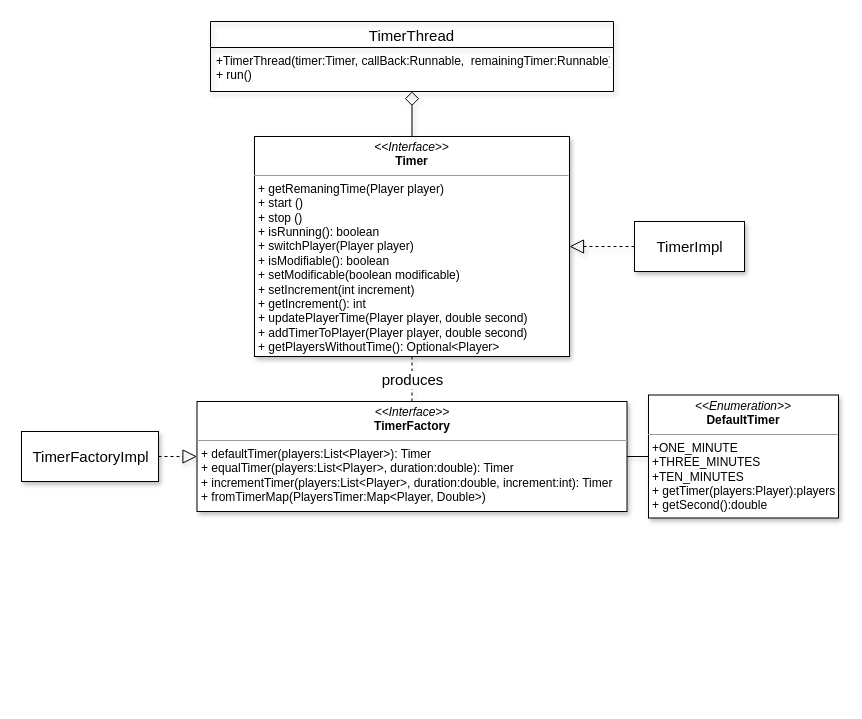
zucchero-sintattico/OOP20-Jhaturanga keeps this draw.io diagram as page "Timer" (2 of 6) of report/UML TP.drawio. Above is the earlier version. Source tidied: cells renumbered, new cells numbered last; positions are measured from the earlier drawing's top-left corner, leaving out a move shared by most shapes. Both pictures are drawn from the tidied source at 100%, with x=0, y=0 at pixel (21, 21).
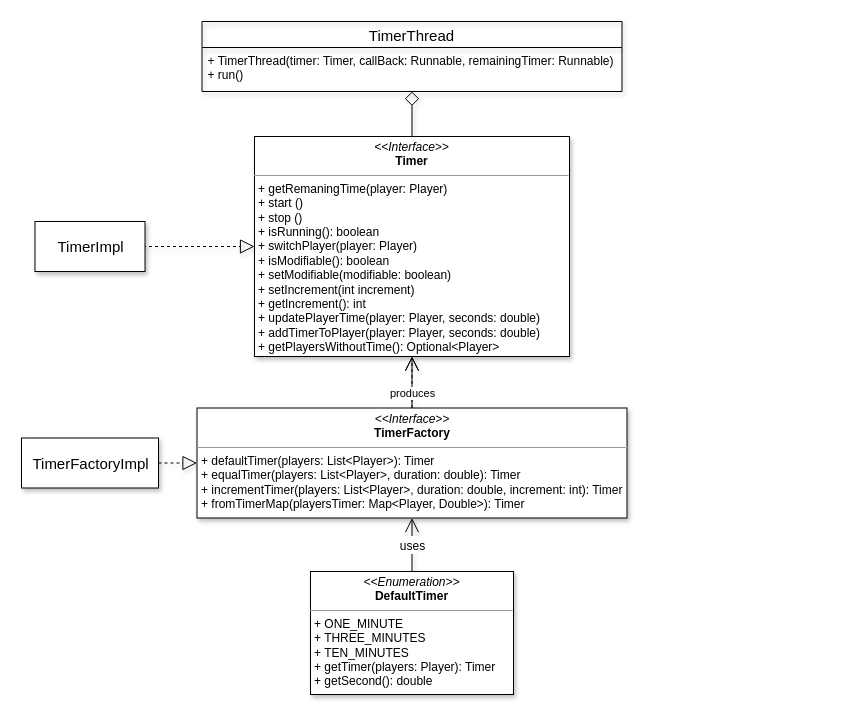
After the change.

What changed in the source:
```diff
@@
 <mxGraphModel>
   <root>
     <mxCell id="0" />
     <mxCell id="1" parent="0" />
-    <mxCell id="2" style="edgeStyle=none;rounded=0;jettySize=auto;html=1;exitX=0;exitY=0.5;exitDx=0;exitDy=0;fontSize=15;dashed=1;endArrow=block;endFill=0;entryX=1;entryY=0.5;entryDx=0;entryDy=0;endSize=12;shadow=1;" parent="1" edge="1" source="6" target="5">
+    <mxCell id="2" style="edgeStyle=none;rounded=0;jettySize=auto;html=1;exitX=0;exitY=0.5;exitDx=0;exitDy=0;fontSize=15;dashed=1;endArrow=block;endFill=0;entryX=0;entryY=0.5;entryDx=0;entryDy=0;endSize=12;shadow=1;" parent="1" edge="1" source="6" target="5">
       <mxGeometry relative="1" as="geometry" />
     </mxCell>
     <mxCell id="3" style="edgeStyle=none;rounded=0;jettySize=auto;html=1;fontSize=15;endArrow=diamond;endFill=0;endSize=12;startSize=6;shadow=1;" parent="1" edge="1" source="5" target="11">
       <mxGeometry relative="1" as="geometry" />
     </mxCell>
-    <mxCell id="4" value="produces" style="edgeStyle=none;rounded=0;jettySize=auto;html=1;exitX=0.5;exitY=1;exitDx=0;exitDy=0;fontSize=15;endArrow=none;endFill=0;dashed=1;shadow=1;" parent="1" edge="1" source="5" target="8">
-      <mxGeometry relative="1" as="geometry" />
+    <mxCell id="4" style="edgeStyle=none;rounded=0;jettySize=auto;html=1;fontSize=15;endArrow=open;endFill=0;dashed=1;shadow=1;endSize=12;entryX=0.5;entryY=1;entryDx=0;entryDy=0;" parent="1" edge="1" source="8" target="5">
+      <mxGeometry x="0.03" y="-19" relative="1" as="geometry">
+        <mxPoint x="1" as="offset" />
+      </mxGeometry>
     </mxCell>
-    <mxCell id="5" value="&lt;p style=&quot;margin: 0px ; margin-top: 4px ; text-align: center&quot;&gt;&lt;i&gt;&amp;lt;&amp;lt;Interface&amp;gt;&amp;gt;&lt;/i&gt;&lt;br&gt;&lt;b&gt;Timer&lt;/b&gt;&lt;/p&gt;&lt;hr size=&quot;1&quot;&gt;&lt;p style=&quot;margin: 0px ; margin-left: 4px&quot;&gt;&lt;/p&gt;&lt;p style=&quot;margin: 0px ; margin-left: 4px&quot;&gt;+ getRemaningTime(Player player)&lt;/p&gt;&lt;p style=&quot;margin: 0px ; margin-left: 4px&quot;&gt;+ start ()&lt;/p&gt;&lt;p style=&quot;margin: 0px ; margin-left: 4px&quot;&gt;+ stop ()&lt;/p&gt;&lt;p style=&quot;margin: 0px ; margin-left: 4px&quot;&gt;+ isRunning(): boolean&lt;/p&gt;&lt;p style=&quot;margin: 0px ; margin-left: 4px&quot;&gt;+ switchPlayer(Player player)&lt;/p&gt;&lt;p style=&quot;margin: 0px ; margin-left: 4px&quot;&gt;+ isModifiable(): boolean&lt;/p&gt;&lt;p style=&quot;margin: 0px ; margin-left: 4px&quot;&gt;+ setModificable(boolean modificable)&lt;/p&gt;&lt;p style=&quot;margin: 0px ; margin-left: 4px&quot;&gt;+ setIncrement(int increment)&lt;/p&gt;&lt;p style=&quot;margin: 0px ; margin-left: 4px&quot;&gt;+ getIncrement(): int&lt;/p&gt;&lt;p style=&quot;margin: 0px ; margin-left: 4px&quot;&gt;+ updatePlayerTime(Player player, double second)&lt;/p&gt;&lt;p style=&quot;margin: 0px ; margin-left: 4px&quot;&gt;+ addTimerToPlayer(Player player, double second)&lt;/p&gt;&lt;p style=&quot;margin: 0px ; margin-left: 4px&quot;&gt;+ getPlayersWithoutTime(): Optional&amp;lt;Player&amp;gt;&lt;/p&gt;" style="verticalAlign=top;align=left;overflow=fill;fontSize=12;fontFamily=Helvetica;html=1;shadow=1;" parent="1" vertex="1">
+    <mxCell id="5" value="&lt;p style=&quot;margin: 0px ; margin-top: 4px ; text-align: center&quot;&gt;&lt;i&gt;&amp;lt;&amp;lt;Interface&amp;gt;&amp;gt;&lt;/i&gt;&lt;br&gt;&lt;b&gt;Timer&lt;/b&gt;&lt;/p&gt;&lt;hr size=&quot;1&quot;&gt;&lt;p style=&quot;margin: 0px ; margin-left: 4px&quot;&gt;&lt;/p&gt;&lt;p style=&quot;margin: 0px ; margin-left: 4px&quot;&gt;+ getRemaningTime(player: Player)&lt;/p&gt;&lt;p style=&quot;margin: 0px ; margin-left: 4px&quot;&gt;+ start ()&lt;/p&gt;&lt;p style=&quot;margin: 0px ; margin-left: 4px&quot;&gt;+ stop ()&lt;/p&gt;&lt;p style=&quot;margin: 0px ; margin-left: 4px&quot;&gt;+ isRunning(): boolean&lt;/p&gt;&lt;p style=&quot;margin: 0px ; margin-left: 4px&quot;&gt;+ switchPlayer(player: Player)&lt;/p&gt;&lt;p style=&quot;margin: 0px ; margin-left: 4px&quot;&gt;+ isModifiable(): boolean&lt;/p&gt;&lt;p style=&quot;margin: 0px ; margin-left: 4px&quot;&gt;+ setModifiable(modifiable: boolean)&lt;/p&gt;&lt;p style=&quot;margin: 0px ; margin-left: 4px&quot;&gt;+ setIncrement(int increment)&lt;/p&gt;&lt;p style=&quot;margin: 0px ; margin-left: 4px&quot;&gt;+ getIncrement(): int&lt;/p&gt;&lt;p style=&quot;margin: 0px ; margin-left: 4px&quot;&gt;+ updatePlayerTime(player: Player, seconds: double)&lt;/p&gt;&lt;p style=&quot;margin: 0px ; margin-left: 4px&quot;&gt;+ addTimerToPlayer(player: Player, seconds: double)&lt;/p&gt;&lt;p style=&quot;margin: 0px ; margin-left: 4px&quot;&gt;+ getPlayersWithoutTime(): Optional&amp;lt;Player&amp;gt;&lt;/p&gt;" style="verticalAlign=top;align=left;overflow=fill;fontSize=12;fontFamily=Helvetica;html=1;shadow=1;" parent="1" vertex="1">
       <mxGeometry x="233" y="115" width="315" height="220" as="geometry" />
     </mxCell>
     <mxCell id="6" value="TimerImpl" style="html=1;fontSize=15;shadow=1;" parent="1" vertex="1">
-      <mxGeometry x="613" y="200" width="110" height="50" as="geometry" />
+      <mxGeometry x="13.5" y="200" width="110" height="50" as="geometry" />
     </mxCell>
     <mxCell id="7" style="edgeStyle=none;rounded=0;jettySize=auto;html=1;fontSize=15;dashed=1;endArrow=block;endFill=0;endSize=12;entryX=0;entryY=0.5;entryDx=0;entryDy=0;shadow=1;" parent="1" edge="1" source="10" target="8">
       <mxGeometry relative="1" as="geometry" />
     </mxCell>
+    <mxCell id="16" value="produces" style="edgeStyle=orthogonalEdgeStyle;rounded=0;jettySize=auto;html=1;endArrow=open;endFill=0;endSize=12;" parent="1" edge="1" source="8" target="5">
+      <mxGeometry x="-0.36" relative="1" as="geometry">
+        <mxPoint y="1" as="offset" />
+      </mxGeometry>
+    </mxCell>
-    <mxCell id="8" value="&lt;p style=&quot;margin: 0px ; margin-top: 4px ; text-align: center&quot;&gt;&lt;i&gt;&amp;lt;&amp;lt;Interface&amp;gt;&amp;gt;&lt;/i&gt;&lt;br&gt;&lt;b&gt;TimerFactory&lt;/b&gt;&lt;/p&gt;&lt;hr size=&quot;1&quot;&gt;&lt;p style=&quot;margin: 0px ; margin-left: 4px&quot;&gt;+ defaultTimer(players:List&amp;lt;Player&amp;gt;): Timer&lt;/p&gt;&lt;p style=&quot;margin: 0px ; margin-left: 4px&quot;&gt;+ equalTimer(players:List&amp;lt;Player&amp;gt;, duration:double): Timer&lt;/p&gt;&lt;p style=&quot;margin: 0px ; margin-left: 4px&quot;&gt;+ incrementTimer(players:List&amp;lt;Player&amp;gt;, duration:double, increment:int): Timer&lt;/p&gt;&lt;p style=&quot;margin: 0px ; margin-left: 4px&quot;&gt;+ fromTimerMap(PlayersTimer:Map&amp;lt;Player, Double&amp;gt;)&lt;/p&gt;&lt;p style=&quot;margin: 0px ; margin-left: 4px&quot;&gt;&lt;br&gt;&lt;/p&gt;" style="verticalAlign=top;align=left;overflow=fill;fontSize=12;fontFamily=Helvetica;html=1;shadow=1;" parent="1" vertex="1">
-      <mxGeometry x="175.5" y="380" width="430" height="110" as="geometry" />
+    <mxCell id="8" value="&lt;p style=&quot;margin: 0px ; margin-top: 4px ; text-align: center&quot;&gt;&lt;i&gt;&amp;lt;&amp;lt;Interface&amp;gt;&amp;gt;&lt;/i&gt;&lt;br&gt;&lt;b&gt;TimerFactory&lt;/b&gt;&lt;/p&gt;&lt;hr size=&quot;1&quot;&gt;&lt;p style=&quot;margin: 0px ; margin-left: 4px&quot;&gt;+ defaultTimer(players: List&amp;lt;Player&amp;gt;): Timer&lt;/p&gt;&lt;p style=&quot;margin: 0px ; margin-left: 4px&quot;&gt;+ equalTimer(players: List&amp;lt;Player&amp;gt;, duration: double): Timer&lt;/p&gt;&lt;p style=&quot;margin: 0px ; margin-left: 4px&quot;&gt;+ incrementTimer(players: List&amp;lt;Player&amp;gt;, duration: double, increment: int): Timer&lt;/p&gt;&lt;p style=&quot;margin: 0px ; margin-left: 4px&quot;&gt;+ fromTimerMap(playersTimer: Map&amp;lt;Player, Double&amp;gt;): Timer&lt;/p&gt;&lt;p style=&quot;margin: 0px ; margin-left: 4px&quot;&gt;&lt;br&gt;&lt;/p&gt;" style="verticalAlign=top;align=left;overflow=fill;fontSize=12;fontFamily=Helvetica;html=1;shadow=1;" parent="1" vertex="1">
+      <mxGeometry x="175.5" y="386.5" width="430" height="110" as="geometry" />
     </mxCell>
     <mxCell id="9" style="edgeStyle=none;rounded=0;orthogonalLoop=1;jettySize=auto;html=1;exitX=0.5;exitY=1;exitDx=0;exitDy=0;fontSize=15;shadow=1;" parent="1" edge="1" source="8" target="8">
       <mxGeometry relative="1" as="geometry" />
     </mxCell>
     <mxCell id="10" value="TimerFactoryImpl" style="html=1;fontSize=15;shadow=1;" parent="1" vertex="1">
-      <mxGeometry y="410" width="137" height="50" as="geometry" />
+      <mxGeometry y="416.5" width="137" height="50" as="geometry" />
     </mxCell>
     <mxCell id="11" value="TimerThread" style="swimlane;fontStyle=0;horizontal=1;startSize=26;fillColor=none;fontSize=15;shadow=1;" parent="1" vertex="1">
-      <mxGeometry x="189" width="403" height="70" as="geometry" />
+      <mxGeometry x="180.5" width="420" height="70" as="geometry" />
     </mxCell>
-    <mxCell id="12" value="+TimerThread(timer:Timer, callBack:Runnable,  remainingTimer:Runnable)&#10;+ run()" style="text;strokeColor=none;fillColor=none;align=left;verticalAlign=top;spacingLeft=4;spacingRight=4;overflow=hidden;shadow=1;" parent="11" vertex="1">
-      <mxGeometry y="26" width="403" height="44" as="geometry" />
+    <mxCell id="12" value="+ TimerThread(timer: Timer, callBack: Runnable, remainingTimer: Runnable)&#10;+ run()" style="text;strokeColor=none;fillColor=none;align=left;verticalAlign=top;spacingLeft=4;spacingRight=4;overflow=hidden;shadow=1;" parent="11" vertex="1">
+      <mxGeometry y="26" width="420" height="44" as="geometry" />
     </mxCell>
     <mxCell id="13" style="edgeStyle=none;rounded=0;orthogonalLoop=1;jettySize=auto;html=1;exitX=0.5;exitY=1;exitDx=0;exitDy=0;fontSize=15;shadow=1;" parent="1" edge="1" source="8" target="8">
       <mxGeometry relative="1" as="geometry" />
     </mxCell>
-    <mxCell id="14" style="edgeStyle=none;rounded=0;jettySize=auto;html=1;entryX=1;entryY=0.5;entryDx=0;entryDy=0;startSize=6;endArrow=none;endFill=0;endSize=12;fontSize=15;shadow=1;exitX=0;exitY=0.5;exitDx=0;exitDy=0;" parent="1" edge="1" source="15" target="8">
+    <mxCell id="14" value="&lt;font style=&quot;font-size: 12px&quot;&gt;uses&lt;/font&gt;" style="edgeStyle=none;rounded=0;jettySize=auto;html=1;entryX=0.5;entryY=1;entryDx=0;entryDy=0;startSize=6;endArrow=open;endFill=0;endSize=12;fontSize=15;shadow=1;exitX=0.5;exitY=0;exitDx=0;exitDy=0;" parent="1" edge="1" source="15" target="8">
       <mxGeometry relative="1" as="geometry" />
     </mxCell>
-    <mxCell id="15" value="&lt;p style=&quot;margin: 0px ; margin-top: 4px ; text-align: center&quot;&gt;&lt;i&gt;&amp;lt;&amp;lt;Enumeration&amp;gt;&amp;gt;&lt;/i&gt;&lt;br&gt;&lt;b&gt;DefaultTimer&lt;/b&gt;&lt;/p&gt;&lt;hr size=&quot;1&quot;&gt;&lt;p style=&quot;margin: 0px ; margin-left: 4px&quot;&gt;+ONE_MINUTE&lt;/p&gt;&lt;p style=&quot;margin: 0px ; margin-left: 4px&quot;&gt;+THREE_MINUTES&lt;/p&gt;&lt;p style=&quot;margin: 0px ; margin-left: 4px&quot;&gt;+TEN_MINUTES&lt;/p&gt;&lt;p style=&quot;margin: 0px ; margin-left: 4px&quot;&gt;+ getTimer(players:Player):players&lt;br style=&quot;padding: 0px ; margin: 0px&quot;&gt;+ getSecond():double&lt;br&gt;&lt;/p&gt;" style="verticalAlign=top;align=left;overflow=fill;fontSize=12;fontFamily=Helvetica;html=1;shadow=1;" parent="1" vertex="1">
-      <mxGeometry x="627" y="373.5" width="190" height="123" as="geometry" />
+    <mxCell id="15" value="&lt;p style=&quot;margin: 0px ; margin-top: 4px ; text-align: center&quot;&gt;&lt;i&gt;&amp;lt;&amp;lt;Enumeration&amp;gt;&amp;gt;&lt;/i&gt;&lt;br&gt;&lt;b&gt;DefaultTimer&lt;/b&gt;&lt;/p&gt;&lt;hr size=&quot;1&quot;&gt;&lt;p style=&quot;margin: 0px ; margin-left: 4px&quot;&gt;+ ONE_MINUTE&lt;/p&gt;&lt;p style=&quot;margin: 0px ; margin-left: 4px&quot;&gt;+ THREE_MINUTES&lt;/p&gt;&lt;p style=&quot;margin: 0px ; margin-left: 4px&quot;&gt;+ TEN_MINUTES&lt;/p&gt;&lt;p style=&quot;margin: 0px ; margin-left: 4px&quot;&gt;+ getTimer(players: Player): Timer&lt;br style=&quot;padding: 0px ; margin: 0px&quot;&gt;+ getSecond(): double&lt;br&gt;&lt;/p&gt;" style="verticalAlign=top;align=left;overflow=fill;fontSize=12;fontFamily=Helvetica;html=1;shadow=1;" parent="1" vertex="1">
+      <mxGeometry x="289" y="550" width="203" height="123" as="geometry" />
     </mxCell>
   </root>
 </mxGraphModel>
```
